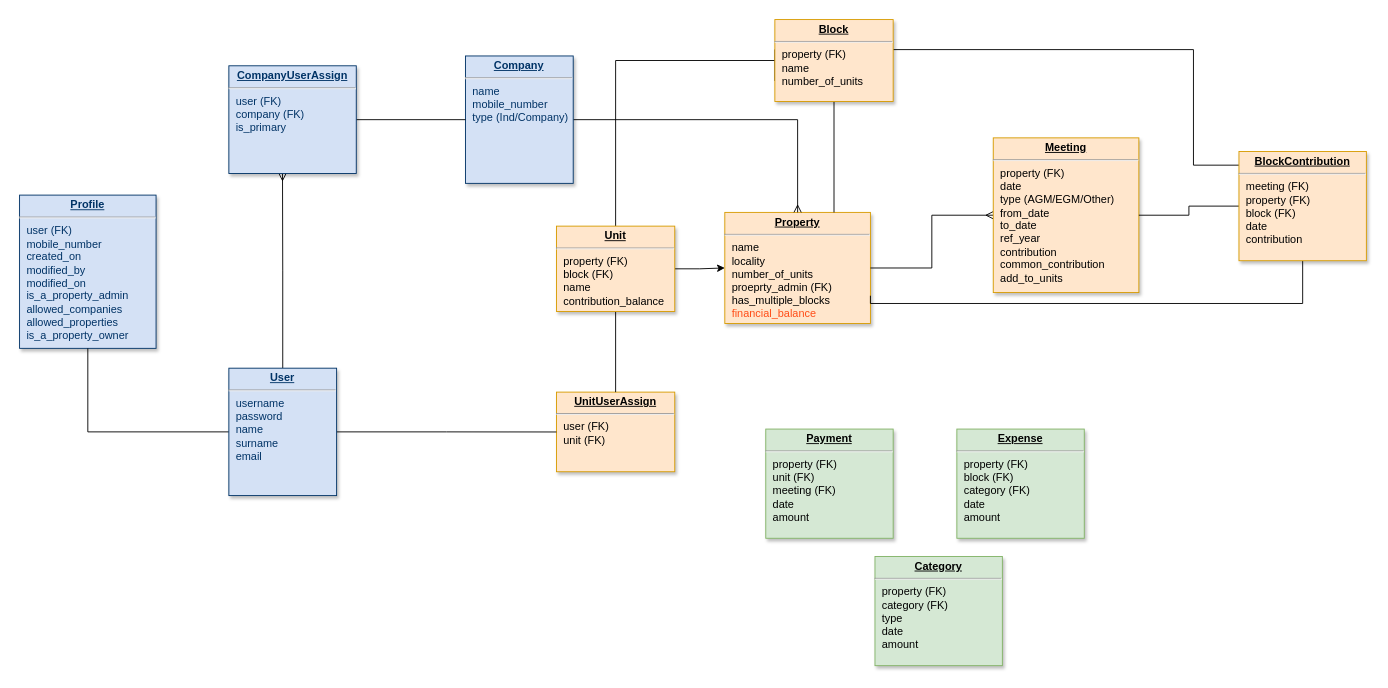
The draw.io diagram Untitled Diagram.drawio in gilubilu/hello-world, before the edit. Source tidied: cells renumbered, new cells numbered last; positions are measured from the earlier drawing's top-left corner, leaving out a move shared by most shapes. Both pictures are drawn from the tidied source at 91%, with x=0, y=0 at pixel (19, 19).
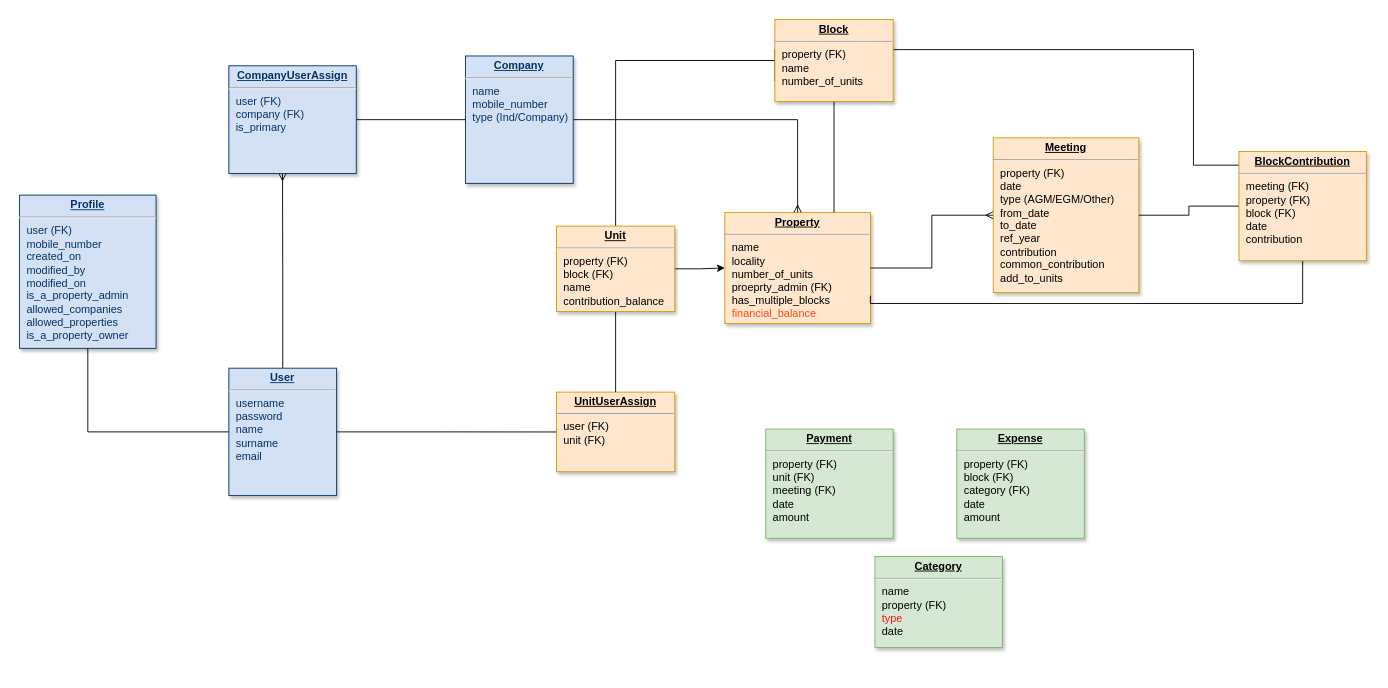
After the change.

Change to the diagram source:
```diff
@@
-    <mxCell id="27" value="&lt;p style=&quot;margin: 0px ; margin-top: 4px ; text-align: center ; text-decoration: underline&quot;&gt;&lt;strong&gt;Category&lt;/strong&gt;&lt;/p&gt;&lt;hr&gt;&lt;p style=&quot;margin: 0px ; margin-left: 8px&quot;&gt;property (FK)&lt;/p&gt;&lt;p style=&quot;margin: 0px ; margin-left: 8px&quot;&gt;&lt;span&gt;category (FK)&lt;/span&gt;&lt;br&gt;&lt;/p&gt;&lt;p style=&quot;margin: 0px ; margin-left: 8px&quot;&gt;type&lt;/p&gt;&lt;p style=&quot;margin: 0px ; margin-left: 8px&quot;&gt;date&lt;/p&gt;&lt;p style=&quot;margin: 0px ; margin-left: 8px&quot;&gt;&lt;span&gt;amount&lt;/span&gt;&lt;br&gt;&lt;/p&gt;&lt;p style=&quot;margin: 0px ; margin-left: 8px&quot;&gt;&lt;br&gt;&lt;/p&gt;" style="verticalAlign=top;align=left;overflow=fill;fontSize=12;fontFamily=Helvetica;html=1;strokeColor=#82b366;shadow=1;fillColor=#d5e8d4;direction=west;" parent="1" vertex="1">
-      <mxGeometry x="940" y="590" width="140" height="120" as="geometry" />
+    <mxCell id="27" value="&lt;p style=&quot;margin: 0px ; margin-top: 4px ; text-align: center ; text-decoration: underline&quot;&gt;&lt;strong&gt;Category&lt;/strong&gt;&lt;/p&gt;&lt;hr&gt;&lt;p style=&quot;margin: 0px ; margin-left: 8px&quot;&gt;name&lt;br&gt;&lt;/p&gt;&lt;p style=&quot;margin: 0px ; margin-left: 8px&quot;&gt;property (FK)&lt;/p&gt;&lt;p style=&quot;margin: 0px ; margin-left: 8px&quot;&gt;&lt;font color=&quot;#ff1808&quot;&gt;type&lt;/font&gt;&lt;/p&gt;&lt;p style=&quot;margin: 0px ; margin-left: 8px&quot;&gt;date&lt;/p&gt;" style="verticalAlign=top;align=left;overflow=fill;fontSize=12;fontFamily=Helvetica;html=1;strokeColor=#82b366;shadow=1;fillColor=#d5e8d4;direction=west;" parent="1" vertex="1">
+      <mxGeometry x="940" y="590" width="140" height="100" as="geometry" />
     </mxCell>
```
